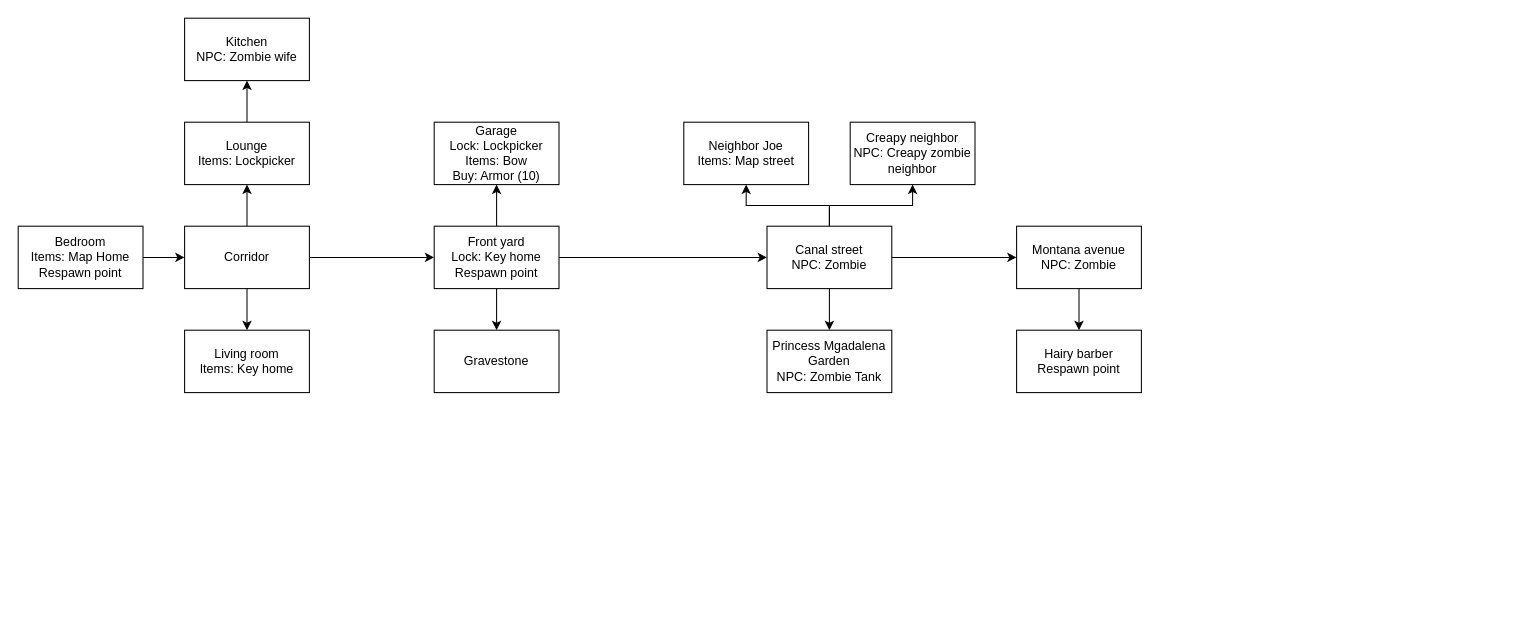
This is game_overview.drawio from a-waider/star-text-adventure, a draw.io file, before an edit. Source tidied: cells renumbered, new cells numbered last; positions are measured from the earlier drawing's top-left corner, leaving out a move shared by most shapes. Both pictures are drawn from the tidied source at 104%, with x=0, y=0 at pixel (18, 18).
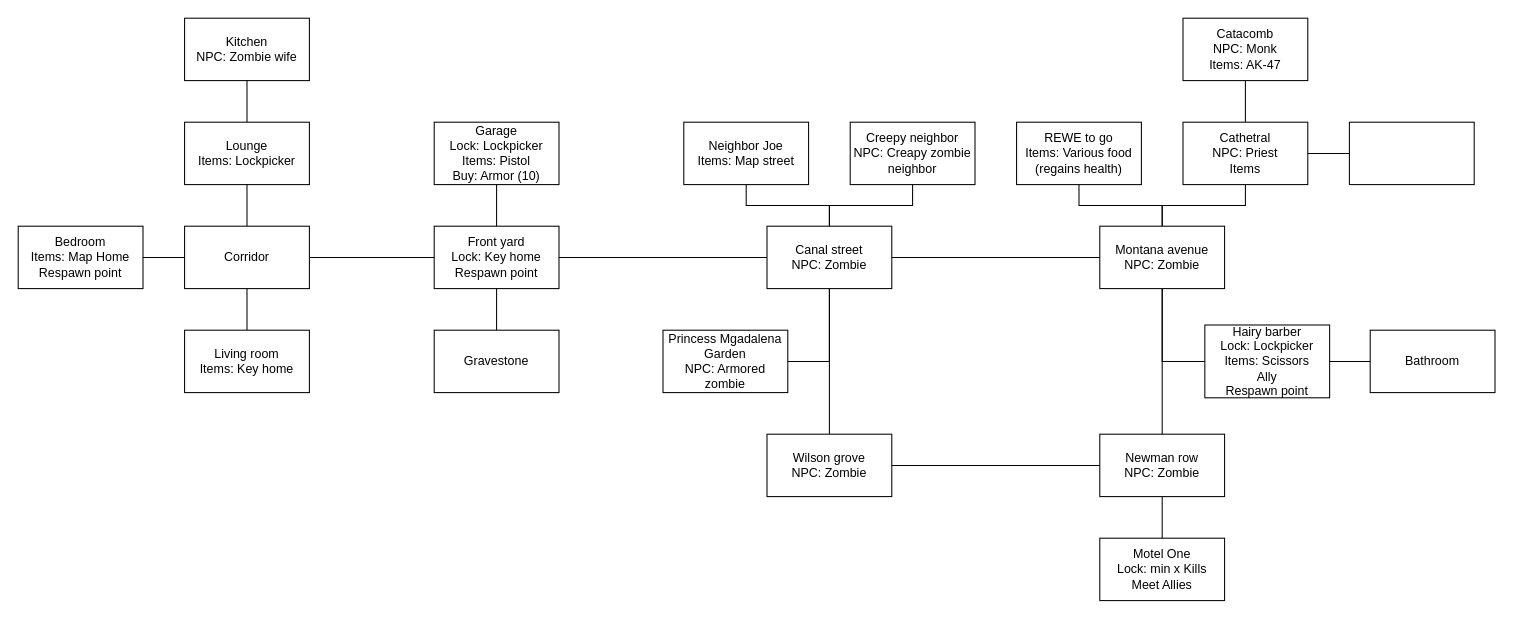
The same diagram, later.

Unchanged cells that the change refers to:
```xml
<mxCell id="3" value="&lt;div&gt;Bedroom&lt;/div&gt;&lt;div&gt;Items: Map Home&lt;br&gt;&lt;/div&gt;&lt;div&gt;Respawn point&lt;br&gt;&lt;/div&gt;" style="rounded=0;whiteSpace=wrap;html=1;" parent="1" vertex="1">
  <mxGeometry y="200" width="120" height="60" as="geometry" />
</mxCell>
<mxCell id="4" value="&lt;div&gt;Kitchen&lt;/div&gt;&lt;div&gt;NPC: Zombie wife&lt;br&gt;&lt;/div&gt;" style="rounded=0;whiteSpace=wrap;html=1;" parent="1" vertex="1">
  <mxGeometry x="160" width="120" height="60" as="geometry" />
</mxCell>
<mxCell id="6" value="&lt;div&gt;Lounge&lt;/div&gt;&lt;div&gt;Items: Lockpicker&lt;br&gt;&lt;/div&gt;" style="rounded=0;whiteSpace=wrap;html=1;" parent="1" vertex="1">
  <mxGeometry x="160" y="100" width="120" height="60" as="geometry" />
</mxCell>
<mxCell id="10" value="Corridor" style="rounded=0;whiteSpace=wrap;html=1;" parent="1" vertex="1">
  <mxGeometry x="160" y="200" width="120" height="60" as="geometry" />
</mxCell>
<mxCell id="11" value="&lt;div&gt;Living room&lt;/div&gt;&lt;div&gt;Items: Key home&lt;br&gt;&lt;/div&gt;" style="rounded=0;whiteSpace=wrap;html=1;" parent="1" vertex="1">
  <mxGeometry x="160" y="300" width="120" height="60" as="geometry" />
</mxCell>
<mxCell id="15" value="&lt;div&gt;Front yard&lt;/div&gt;&lt;div&gt;Lock: Key home&lt;/div&gt;Respawn point" style="rounded=0;whiteSpace=wrap;html=1;" parent="1" vertex="1">
  <mxGeometry x="400" y="200" width="120" height="60" as="geometry" />
</mxCell>
<mxCell id="17" value="Gravestone" style="rounded=0;whiteSpace=wrap;html=1;" parent="1" vertex="1">
  <mxGeometry x="400" y="300" width="120" height="60" as="geometry" />
</mxCell>
<mxCell id="22" value="&lt;div&gt;Canal street&lt;br&gt;&lt;/div&gt;NPC: Zombie" style="rounded=0;whiteSpace=wrap;html=1;" parent="1" vertex="1">
  <mxGeometry x="720" y="200" width="120" height="60" as="geometry" />
</mxCell>
<mxCell id="23" value="&lt;div&gt;Neighbor Joe&lt;br&gt;&lt;/div&gt;Items: Map street" style="rounded=0;whiteSpace=wrap;html=1;" parent="1" vertex="1">
  <mxGeometry x="640" y="100" width="120" height="60" as="geometry" />
</mxCell>
```

Change to the diagram source:
```diff
@@
-    <mxCell id="2" style="edgeStyle=orthogonalEdgeStyle;rounded=0;jettySize=auto;html=1;entryX=0;entryY=0.5;entryDx=0;entryDy=0;" parent="1" edge="1" source="3" target="10">
+    <mxCell id="2" style="edgeStyle=orthogonalEdgeStyle;rounded=0;jettySize=auto;html=1;entryX=0;entryY=0.5;entryDx=0;entryDy=0;endArrow=none;endFill=0;" parent="1" edge="1" source="3" target="10">
       <mxGeometry relative="1" as="geometry" />
     </mxCell>
@@
-    <mxCell id="5" style="edgeStyle=orthogonalEdgeStyle;rounded=0;jettySize=auto;html=1;entryX=0.5;entryY=1;entryDx=0;entryDy=0;" parent="1" edge="1" source="6" target="4">
+    <mxCell id="5" style="edgeStyle=orthogonalEdgeStyle;rounded=0;jettySize=auto;html=1;entryX=0.5;entryY=1;entryDx=0;entryDy=0;endArrow=none;endFill=0;" parent="1" edge="1" source="6" target="4">
       <mxGeometry relative="1" as="geometry" />
     </mxCell>
@@
-    <mxCell id="7" style="edgeStyle=orthogonalEdgeStyle;rounded=0;jettySize=auto;html=1;entryX=0.5;entryY=1;entryDx=0;entryDy=0;" parent="1" edge="1" source="10" target="6">
+    <mxCell id="7" style="edgeStyle=orthogonalEdgeStyle;rounded=0;jettySize=auto;html=1;entryX=0.5;entryY=1;entryDx=0;entryDy=0;endArrow=none;endFill=0;" parent="1" edge="1" source="10" target="6">
       <mxGeometry relative="1" as="geometry" />
     </mxCell>
-    <mxCell id="8" style="edgeStyle=orthogonalEdgeStyle;rounded=0;jettySize=auto;html=1;entryX=0.5;entryY=0;entryDx=0;entryDy=0;" parent="1" edge="1" source="10" target="11">
+    <mxCell id="8" style="edgeStyle=orthogonalEdgeStyle;rounded=0;jettySize=auto;html=1;entryX=0.5;entryY=0;entryDx=0;entryDy=0;endArrow=none;endFill=0;" parent="1" edge="1" source="10" target="11">
       <mxGeometry relative="1" as="geometry">
         <Array as="points">
           <mxPoint x="220" y="300" />
           <mxPoint x="220" y="300" />
         </Array>
       </mxGeometry>
     </mxCell>
-    <mxCell id="9" style="edgeStyle=orthogonalEdgeStyle;rounded=0;jettySize=auto;html=1;entryX=0;entryY=0.5;entryDx=0;entryDy=0;" parent="1" edge="1" source="10" target="15">
+    <mxCell id="9" style="edgeStyle=orthogonalEdgeStyle;rounded=0;jettySize=auto;html=1;entryX=0;entryY=0.5;entryDx=0;entryDy=0;endArrow=none;endFill=0;" parent="1" edge="1" source="10" target="15">
       <mxGeometry relative="1" as="geometry" />
     </mxCell>
@@
-    <mxCell id="12" style="edgeStyle=orthogonalEdgeStyle;rounded=0;jettySize=auto;html=1;entryX=0.5;entryY=1;entryDx=0;entryDy=0;" parent="1" edge="1" source="15" target="16">
+    <mxCell id="12" style="edgeStyle=orthogonalEdgeStyle;rounded=0;jettySize=auto;html=1;entryX=0.5;entryY=1;entryDx=0;entryDy=0;endArrow=none;endFill=0;" parent="1" edge="1" source="15" target="16">
       <mxGeometry relative="1" as="geometry" />
     </mxCell>
-    <mxCell id="13" style="edgeStyle=orthogonalEdgeStyle;rounded=0;jettySize=auto;html=1;entryX=0.5;entryY=0;entryDx=0;entryDy=0;" parent="1" edge="1" source="15" target="17">
+    <mxCell id="13" style="edgeStyle=orthogonalEdgeStyle;rounded=0;jettySize=auto;html=1;entryX=0.5;entryY=0;entryDx=0;entryDy=0;endArrow=none;endFill=0;" parent="1" edge="1" source="15" target="17">
       <mxGeometry relative="1" as="geometry" />
     </mxCell>
-    <mxCell id="14" style="edgeStyle=orthogonalEdgeStyle;rounded=0;jettySize=auto;html=1;entryX=0;entryY=0.5;entryDx=0;entryDy=0;" parent="1" edge="1" source="15" target="22">
+    <mxCell id="14" style="edgeStyle=orthogonalEdgeStyle;rounded=0;jettySize=auto;html=1;entryX=0;entryY=0.5;entryDx=0;entryDy=0;endArrow=none;endFill=0;" parent="1" edge="1" source="15" target="22">
       <mxGeometry relative="1" as="geometry" />
     </mxCell>
@@
-    <mxCell id="16" value="&lt;div&gt;Garage&lt;/div&gt;&lt;div&gt;Lock: Lockpicker&lt;br&gt;&lt;/div&gt;&lt;div&gt;Items: Bow&lt;/div&gt;&lt;div&gt;Buy: Armor (10)&lt;br&gt;&lt;/div&gt;" style="rounded=0;whiteSpace=wrap;html=1;" parent="1" vertex="1">
+    <mxCell id="16" value="&lt;div&gt;Garage&lt;/div&gt;&lt;div&gt;Lock: Lockpicker&lt;br&gt;&lt;/div&gt;&lt;div&gt;Items: Pistol&lt;br&gt;&lt;/div&gt;&lt;div&gt;Buy: Armor (10)&lt;br&gt;&lt;/div&gt;" style="rounded=0;whiteSpace=wrap;html=1;" parent="1" vertex="1">
       <mxGeometry x="400" y="100" width="120" height="60" as="geometry" />
     </mxCell>
@@
-    <mxCell id="18" style="edgeStyle=orthogonalEdgeStyle;rounded=0;jettySize=auto;html=1;entryX=0.5;entryY=1;entryDx=0;entryDy=0;" parent="1" edge="1" source="22" target="23">
+    <mxCell id="18" style="edgeStyle=orthogonalEdgeStyle;rounded=0;jettySize=auto;html=1;entryX=0.5;entryY=1;entryDx=0;entryDy=0;endArrow=none;endFill=0;" parent="1" edge="1" source="22" target="23">
       <mxGeometry relative="1" as="geometry" />
     </mxCell>
-    <mxCell id="19" style="edgeStyle=orthogonalEdgeStyle;rounded=0;jettySize=auto;html=1;entryX=0.5;entryY=0;entryDx=0;entryDy=0;" parent="1" edge="1" source="22" target="24">
+    <mxCell id="19" style="edgeStyle=orthogonalEdgeStyle;rounded=0;jettySize=auto;html=1;entryX=1;entryY=0.5;entryDx=0;entryDy=0;endArrow=none;endFill=0;" parent="1" edge="1" source="22" target="24">
       <mxGeometry relative="1" as="geometry" />
     </mxCell>
-    <mxCell id="20" style="edgeStyle=orthogonalEdgeStyle;rounded=0;jettySize=auto;html=1;entryX=0.5;entryY=1;entryDx=0;entryDy=0;" parent="1" edge="1" source="22" target="27">
+    <mxCell id="20" style="edgeStyle=orthogonalEdgeStyle;rounded=0;jettySize=auto;html=1;entryX=0.5;entryY=1;entryDx=0;entryDy=0;endArrow=none;endFill=0;" parent="1" edge="1" source="22" target="27">
       <mxGeometry relative="1" as="geometry" />
     </mxCell>
-    <mxCell id="21" style="edgeStyle=orthogonalEdgeStyle;rounded=0;jettySize=auto;html=1;entryX=0;entryY=0.5;entryDx=0;entryDy=0;" parent="1" edge="1" source="22" target="26">
+    <mxCell id="21" style="edgeStyle=orthogonalEdgeStyle;rounded=0;jettySize=auto;html=1;entryX=0;entryY=0.5;entryDx=0;entryDy=0;endArrow=none;endFill=0;" parent="1" edge="1" source="22" target="26">
       <mxGeometry relative="1" as="geometry" />
     </mxCell>
+    <mxCell id="29" style="edgeStyle=orthogonalEdgeStyle;rounded=0;jettySize=auto;html=1;entryX=0.5;entryY=0;entryDx=0;entryDy=0;endArrow=none;endFill=0;" parent="1" edge="1" source="22" target="41">
+      <mxGeometry relative="1" as="geometry" />
+    </mxCell>
@@
-    <mxCell id="24" value="&lt;div&gt;Princess Mgadalena Garden&lt;/div&gt;&lt;div&gt;NPC: Zombie Tank&lt;br&gt;&lt;/div&gt;" style="rounded=0;whiteSpace=wrap;html=1;" parent="1" vertex="1">
-      <mxGeometry x="720" y="300" width="120" height="60" as="geometry" />
+    <mxCell id="24" value="&lt;div&gt;Princess Mgadalena Garden&lt;/div&gt;&lt;div&gt;NPC: Armored zombie&lt;br&gt;&lt;/div&gt;" style="rounded=0;whiteSpace=wrap;html=1;" parent="1" vertex="1">
+      <mxGeometry x="620" y="300" width="120" height="60" as="geometry" />
     </mxCell>
-    <mxCell id="25" style="edgeStyle=orthogonalEdgeStyle;rounded=0;jettySize=auto;html=1;entryX=0.5;entryY=0;entryDx=0;entryDy=0;" parent="1" edge="1" source="26" target="28">
+    <mxCell id="25" style="edgeStyle=orthogonalEdgeStyle;rounded=0;jettySize=auto;html=1;entryX=0;entryY=0.5;entryDx=0;entryDy=0;endArrow=none;endFill=0;" parent="1" edge="1" source="26" target="28">
       <mxGeometry relative="1" as="geometry" />
     </mxCell>
+    <mxCell id="30" style="edgeStyle=orthogonalEdgeStyle;rounded=0;jettySize=auto;html=1;entryX=0.5;entryY=1;entryDx=0;entryDy=0;endArrow=none;endFill=0;" parent="1" edge="1" source="26" target="34">
+      <mxGeometry relative="1" as="geometry" />
+    </mxCell>
+    <mxCell id="31" style="edgeStyle=orthogonalEdgeStyle;rounded=0;jettySize=auto;html=1;entryX=0.5;entryY=1;entryDx=0;entryDy=0;endArrow=none;endFill=0;" parent="1" edge="1" source="26" target="37">
+      <mxGeometry relative="1" as="geometry" />
+    </mxCell>
+    <mxCell id="32" style="edgeStyle=orthogonalEdgeStyle;rounded=0;jettySize=auto;html=1;entryX=0.5;entryY=0;entryDx=0;entryDy=0;endArrow=none;endFill=0;" parent="1" edge="1" source="26" target="39">
+      <mxGeometry relative="1" as="geometry" />
+    </mxCell>
     <mxCell id="26" value="&lt;div&gt;&lt;span itemprop=&quot;text&quot;&gt;Montana avenue&lt;/span&gt;&lt;/div&gt;NPC: Zombie" style="rounded=0;whiteSpace=wrap;html=1;" parent="1" vertex="1">
-      <mxGeometry x="960" y="200" width="120" height="60" as="geometry" />
+      <mxGeometry x="1040" y="200" width="120" height="60" as="geometry" />
     </mxCell>
-    <mxCell id="27" value="&lt;div&gt;Creapy neighbor&lt;/div&gt;&lt;div&gt;NPC: Creapy zombie neighbor&lt;/div&gt;" style="rounded=0;whiteSpace=wrap;html=1;" parent="1" vertex="1">
+    <mxCell id="27" value="&lt;div&gt;Creepy neighbor&lt;/div&gt;&lt;div&gt;NPC: Creapy zombie neighbor&lt;/div&gt;" style="rounded=0;whiteSpace=wrap;html=1;" parent="1" vertex="1">
       <mxGeometry x="800" y="100" width="120" height="60" as="geometry" />
     </mxCell>
-    <mxCell id="28" value="Hairy barber&lt;br&gt;&lt;div&gt;Respawn point&lt;br&gt;&lt;/div&gt;" style="rounded=0;whiteSpace=wrap;html=1;" parent="1" vertex="1">
-      <mxGeometry x="960" y="300" width="120" height="60" as="geometry" />
+    <mxCell id="28" value="&lt;div&gt;Hairy barber&lt;/div&gt;&lt;div&gt;Lock: Lockpicker&lt;br&gt;&lt;/div&gt;&lt;div&gt;Items: Scissors&lt;/div&gt;&lt;div&gt;Ally&lt;br&gt;&lt;/div&gt;&lt;div&gt;Respawn point&lt;br&gt;&lt;/div&gt;" style="rounded=0;whiteSpace=wrap;html=1;" parent="1" vertex="1">
+      <mxGeometry x="1141" y="295" width="120" height="70" as="geometry" />
     </mxCell>
+    <mxCell id="33" style="edgeStyle=orthogonalEdgeStyle;rounded=0;jettySize=auto;html=1;entryX=0;entryY=0.5;entryDx=0;entryDy=0;endArrow=none;endFill=0;exitX=1;exitY=0.5;exitDx=0;exitDy=0;" parent="1" edge="1" source="28" target="43">
+      <mxGeometry relative="1" as="geometry" />
+    </mxCell>
+    <mxCell id="34" value="&lt;div&gt;REWE to go&lt;/div&gt;Items: Various food (regains health)" style="rounded=0;whiteSpace=wrap;html=1;" parent="1" vertex="1">
+      <mxGeometry x="960" y="100" width="120" height="60" as="geometry" />
+    </mxCell>
+    <mxCell id="35" style="edgeStyle=none;rounded=0;jettySize=auto;html=1;entryX=0.5;entryY=1;entryDx=0;entryDy=0;endArrow=none;endFill=0;" parent="1" edge="1" source="37" target="44">
+      <mxGeometry relative="1" as="geometry" />
+    </mxCell>
+    <mxCell id="36" style="edgeStyle=orthogonalEdgeStyle;rounded=0;jettySize=auto;html=1;entryX=0;entryY=0.5;entryDx=0;entryDy=0;endArrow=none;endFill=0;" parent="1" edge="1" source="37" target="45">
+      <mxGeometry relative="1" as="geometry" />
+    </mxCell>
+    <mxCell id="37" value="&lt;div&gt;Cathetral&lt;/div&gt;&lt;div&gt;NPC: Priest&lt;/div&gt;&lt;div&gt;Items&lt;br&gt;&lt;/div&gt;" style="rounded=0;whiteSpace=wrap;html=1;" parent="1" vertex="1">
+      <mxGeometry x="1120" y="100" width="120" height="60" as="geometry" />
+    </mxCell>
+    <mxCell id="38" style="edgeStyle=none;rounded=0;jettySize=auto;html=1;entryX=0.5;entryY=0;entryDx=0;entryDy=0;endArrow=none;endFill=0;" parent="1" edge="1" source="39" target="42">
+      <mxGeometry relative="1" as="geometry" />
+    </mxCell>
+    <mxCell id="39" value="&lt;div&gt;Newman row&lt;/div&gt;NPC: Zombie" style="rounded=0;whiteSpace=wrap;html=1;" parent="1" vertex="1">
+      <mxGeometry x="1040" y="400" width="120" height="60" as="geometry" />
+    </mxCell>
+    <mxCell id="40" style="edgeStyle=orthogonalEdgeStyle;rounded=0;jettySize=auto;html=1;entryX=0;entryY=0.5;entryDx=0;entryDy=0;endArrow=none;endFill=0;" parent="1" edge="1" source="41" target="39">
+      <mxGeometry relative="1" as="geometry" />
+    </mxCell>
+    <mxCell id="41" value="&lt;div&gt;Wilson grove&lt;/div&gt;NPC: Zombie" style="rounded=0;whiteSpace=wrap;html=1;" parent="1" vertex="1">
+      <mxGeometry x="720" y="400" width="120" height="60" as="geometry" />
+    </mxCell>
+    <mxCell id="42" value="&lt;div&gt;Motel One&lt;/div&gt;&lt;div&gt;Lock: min x Kills&lt;br&gt;&lt;/div&gt;&lt;div&gt;Meet Allies&lt;br&gt;&lt;/div&gt;" style="rounded=0;whiteSpace=wrap;html=1;" parent="1" vertex="1">
+      <mxGeometry x="1040" y="500" width="120" height="60" as="geometry" />
+    </mxCell>
+    <mxCell id="43" value="Bathroom" style="rounded=0;whiteSpace=wrap;html=1;" parent="1" vertex="1">
+      <mxGeometry x="1300" y="300" width="120" height="60" as="geometry" />
+    </mxCell>
+    <mxCell id="44" value="&lt;div&gt;Catacomb&lt;/div&gt;&lt;div&gt;NPC: Monk&lt;br&gt;&lt;/div&gt;Items: AK-47" style="rounded=0;whiteSpace=wrap;html=1;" parent="1" vertex="1">
+      <mxGeometry x="1120" width="120" height="60" as="geometry" />
+    </mxCell>
+    <mxCell id="45" style="rounded=0;whiteSpace=wrap;html=1;" parent="1" vertex="1">
+      <mxGeometry x="1280" y="100" width="120" height="60" as="geometry" />
+    </mxCell>
```
